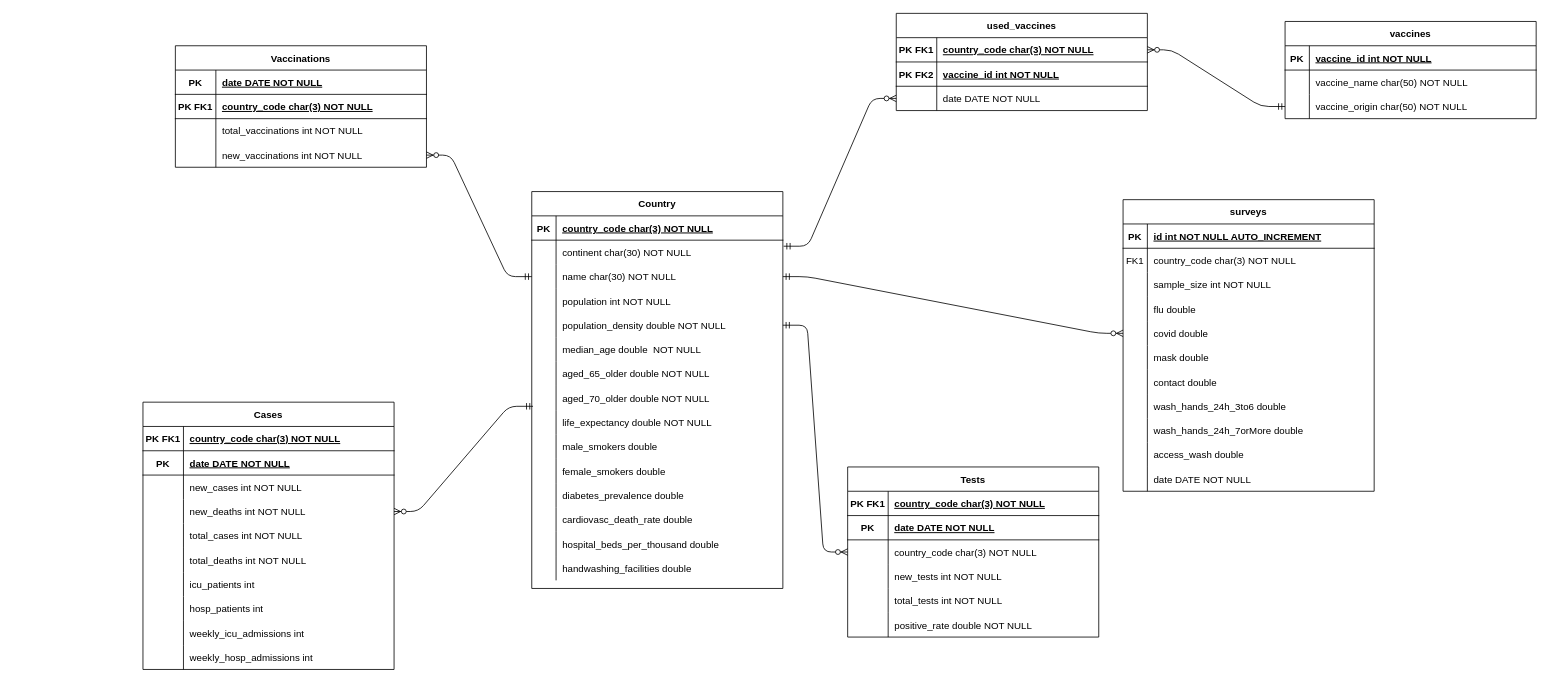
This is bda/Untitled Diagram.drawio from elhadjhamlaoui/bda, a draw.io file, before an edit. Source tidied: cells renumbered, new cells numbered last; positions are measured from the earlier drawing's top-left corner, leaving out a move shared by most shapes. Both pictures are drawn from the tidied source at 81%, with x=0, y=0 at pixel (143, 13).
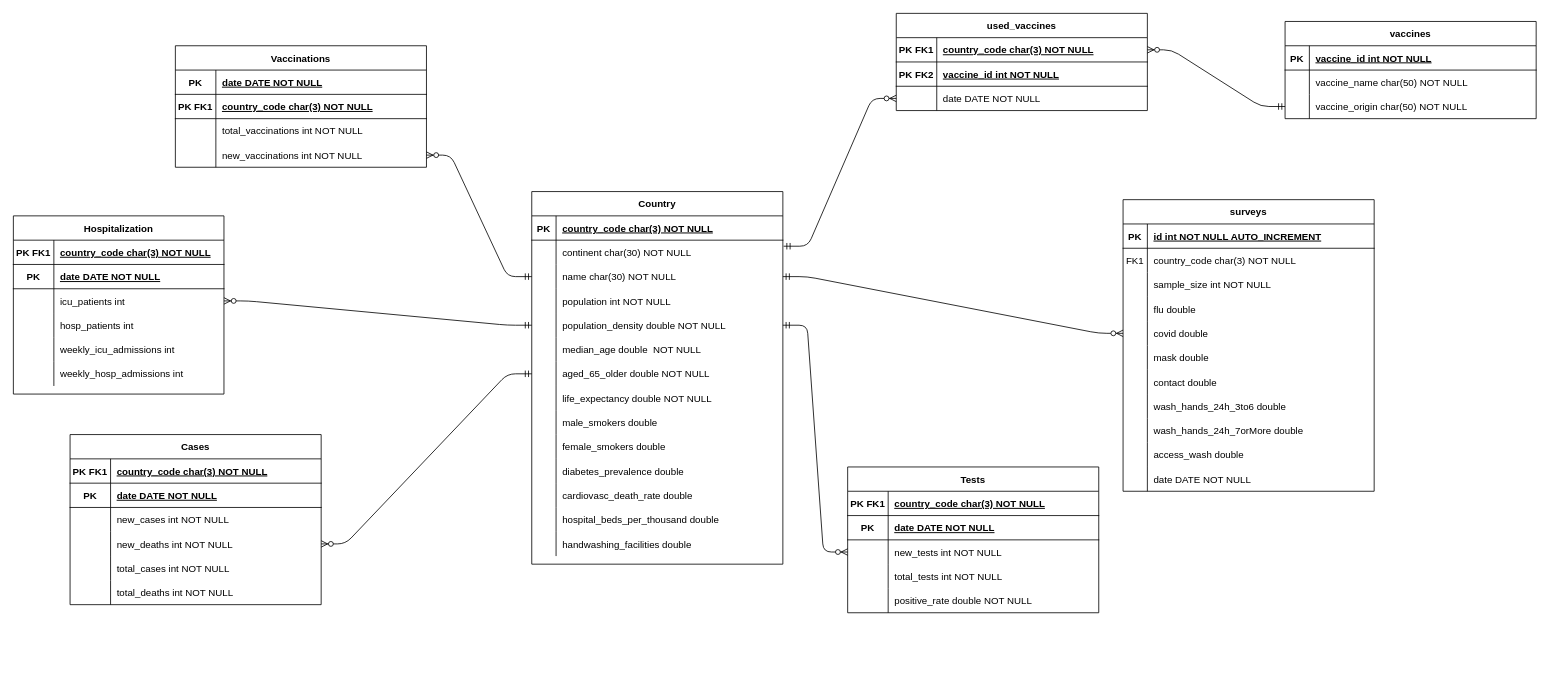
After the change.

Unchanged cells that the change refers to:
```xml
<mxCell id="15" style="shape=partialRectangle;fillColor=none;top=0;left=0;bottom=0;right=0;points=[[0,0.5],[1,0.5]];portConstraint=eastwest;" parent="2" vertex="1">
  <mxGeometry y="150" width="310" height="30" as="geometry" />
</mxCell>
<mxCell id="21" style="shape=partialRectangle;fillColor=none;top=0;left=0;bottom=0;right=0;points=[[0,0.5],[1,0.5]];portConstraint=eastwest;" parent="2" vertex="1">
  <mxGeometry y="210" width="310" height="30" as="geometry" />
</mxCell>
<mxCell id="58" style="shape=partialRectangle;fillColor=none;top=0;left=0;bottom=0;right=0;points=[[0,0.5],[1,0.5]];portConstraint=eastwest;" parent="48" vertex="1">
  <mxGeometry y="120" width="310" height="30" as="geometry" />
</mxCell>
```

Diff of the diagram source:
```diff
@@
     <mxCell id="2" value="Country" style="shape=table;startSize=30;childLayout=tableLayout;rowLines=0;fontStyle=1;align=center;" parent="1" vertex="1">
-      <mxGeometry x="480" y="220" width="310" height="490" as="geometry" />
+      <mxGeometry x="480" y="220" width="310" height="460" as="geometry" />
     </mxCell>
@@
-    <mxCell id="24" style="shape=partialRectangle;fillColor=none;top=0;left=0;bottom=0;right=0;points=[[0,0.5],[1,0.5]];portConstraint=eastwest;" parent="2" vertex="1">
-      <mxGeometry y="240" width="310" height="30" as="geometry" />
-    </mxCell>
-    <mxCell id="25" style="shape=partialRectangle;fillColor=none;top=0;left=0;bottom=0;right=0;overflow=hidden;" parent="24" vertex="1">
-      <mxGeometry width="30" height="30" as="geometry" />
-    </mxCell>
-    <mxCell id="26" value="aged_70_older double NOT NULL" style="shape=partialRectangle;fillColor=none;top=0;left=0;bottom=0;right=0;align=left;spacingLeft=6;overflow=hidden;" parent="24" vertex="1">
-      <mxGeometry x="30" width="280" height="30" as="geometry" />
-    </mxCell>
     <mxCell id="27" style="shape=partialRectangle;fillColor=none;top=0;left=0;bottom=0;right=0;" parent="2" vertex="1">
-      <mxGeometry y="270" width="310" height="30" as="geometry" />
+      <mxGeometry y="240" width="310" height="30" as="geometry" />
     </mxCell>
@@
     <mxCell id="30" style="shape=partialRectangle;fillColor=none;top=0;left=0;bottom=0;right=0;" parent="2" vertex="1">
-      <mxGeometry y="300" width="310" height="30" as="geometry" />
+      <mxGeometry y="270" width="310" height="30" as="geometry" />
     </mxCell>
@@
     <mxCell id="33" style="shape=partialRectangle;fillColor=none;top=0;left=0;bottom=0;right=0;" parent="2" vertex="1">
-      <mxGeometry y="330" width="310" height="30" as="geometry" />
+      <mxGeometry y="300" width="310" height="30" as="geometry" />
     </mxCell>
@@
     <mxCell id="36" style="shape=partialRectangle;fillColor=none;top=0;left=0;bottom=0;right=0;" parent="2" vertex="1">
-      <mxGeometry y="360" width="310" height="30" as="geometry" />
+      <mxGeometry y="330" width="310" height="30" as="geometry" />
     </mxCell>
@@
     <mxCell id="39" style="shape=partialRectangle;fillColor=none;top=0;left=0;bottom=0;right=0;" parent="2" vertex="1">
-      <mxGeometry y="390" width="310" height="30" as="geometry" />
+      <mxGeometry y="360" width="310" height="30" as="geometry" />
     </mxCell>
@@
     <mxCell id="42" style="shape=partialRectangle;fillColor=none;top=0;left=0;bottom=0;right=0;" parent="2" vertex="1">
-      <mxGeometry y="420" width="310" height="30" as="geometry" />
+      <mxGeometry y="390" width="310" height="30" as="geometry" />
     </mxCell>
@@
     <mxCell id="45" style="shape=partialRectangle;fillColor=none;top=0;left=0;bottom=0;right=0;" parent="2" vertex="1">
-      <mxGeometry y="450" width="310" height="30" as="geometry" />
+      <mxGeometry y="420" width="310" height="30" as="geometry" />
     </mxCell>
@@
     <mxCell id="48" value="Cases" style="shape=table;startSize=30;childLayout=tableLayout;rowLines=0;fontStyle=1;align=center;" parent="1" vertex="1">
-      <mxGeometry y="480" width="310" height="330" as="geometry" />
+      <mxGeometry x="-90" y="520" width="310" height="210" as="geometry" />
     </mxCell>
@@
-    <mxCell id="67" style="shape=partialRectangle;fillColor=none;top=0;left=0;bottom=0;right=0;" parent="48" vertex="1">
-      <mxGeometry y="210" width="310" height="30" as="geometry" />
-    </mxCell>
-    <mxCell id="68" style="shape=partialRectangle;fillColor=none;top=0;left=0;bottom=0;right=0;overflow=hidden;" parent="67" vertex="1">
-      <mxGeometry width="50" height="30" as="geometry" />
-    </mxCell>
-    <mxCell id="69" value="icu_patients int" style="shape=partialRectangle;fillColor=none;top=0;left=0;bottom=0;right=0;align=left;spacingLeft=6;overflow=hidden;" parent="67" vertex="1">
-      <mxGeometry x="50" width="260" height="30" as="geometry" />
-    </mxCell>
-    <mxCell id="70" style="shape=partialRectangle;fillColor=none;top=0;left=0;bottom=0;right=0;" parent="48" vertex="1">
-      <mxGeometry y="240" width="310" height="30" as="geometry" />
-    </mxCell>
-    <mxCell id="71" style="shape=partialRectangle;fillColor=none;top=0;left=0;bottom=0;right=0;overflow=hidden;" parent="70" vertex="1">
-      <mxGeometry width="50" height="30" as="geometry" />
-    </mxCell>
-    <mxCell id="72" value="hosp_patients int" style="shape=partialRectangle;fillColor=none;top=0;left=0;bottom=0;right=0;align=left;spacingLeft=6;overflow=hidden;" parent="70" vertex="1">
-      <mxGeometry x="50" width="260" height="30" as="geometry" />
-    </mxCell>
-    <mxCell id="73" style="shape=partialRectangle;fillColor=none;top=0;left=0;bottom=0;right=0;" parent="48" vertex="1">
-      <mxGeometry y="270" width="310" height="30" as="geometry" />
-    </mxCell>
-    <mxCell id="74" style="shape=partialRectangle;fillColor=none;top=0;left=0;bottom=0;right=0;overflow=hidden;" parent="73" vertex="1">
-      <mxGeometry width="50" height="30" as="geometry" />
-    </mxCell>
-    <mxCell id="75" value="weekly_icu_admissions int" style="shape=partialRectangle;fillColor=none;top=0;left=0;bottom=0;right=0;align=left;spacingLeft=6;overflow=hidden;" parent="73" vertex="1">
-      <mxGeometry x="50" width="260" height="30" as="geometry" />
-    </mxCell>
-    <mxCell id="76" style="shape=partialRectangle;fillColor=none;top=0;left=0;bottom=0;right=0;" parent="48" vertex="1">
-      <mxGeometry y="300" width="310" height="30" as="geometry" />
-    </mxCell>
-    <mxCell id="77" style="shape=partialRectangle;fillColor=none;top=0;left=0;bottom=0;right=0;overflow=hidden;" parent="76" vertex="1">
-      <mxGeometry width="50" height="30" as="geometry" />
-    </mxCell>
-    <mxCell id="78" value="weekly_hosp_admissions int" style="shape=partialRectangle;fillColor=none;top=0;left=0;bottom=0;right=0;align=left;spacingLeft=6;overflow=hidden;" parent="76" vertex="1">
-      <mxGeometry x="50" width="260" height="30" as="geometry" />
-    </mxCell>
     <mxCell id="79" value="Tests" style="shape=table;startSize=30;childLayout=tableLayout;rowLines=0;fontStyle=1;align=center;" parent="1" vertex="1">
-      <mxGeometry x="870" y="560" width="310" height="210" as="geometry" />
+      <mxGeometry x="870" y="560" width="310" height="180" as="geometry" />
     </mxCell>
@@
-    <mxCell id="86" style="shape=partialRectangle;fillColor=none;top=0;left=0;bottom=0;right=0;points=[[0,0.5],[1,0.5]];portConstraint=eastwest;" parent="79" vertex="1">
-      <mxGeometry y="90" width="310" height="30" as="geometry" />
-    </mxCell>
-    <mxCell id="87" style="shape=partialRectangle;fillColor=none;top=0;left=0;bottom=0;right=0;overflow=hidden;" parent="86" vertex="1">
-      <mxGeometry width="50" height="30" as="geometry" />
-    </mxCell>
-    <mxCell id="88" value="country_code char(3) NOT NULL" style="shape=partialRectangle;fillColor=none;top=0;left=0;bottom=0;right=0;align=left;spacingLeft=6;overflow=hidden;" parent="86" vertex="1">
-      <mxGeometry x="50" width="260" height="30" as="geometry" />
-    </mxCell>
     <mxCell id="89" style="shape=partialRectangle;fillColor=none;top=0;left=0;bottom=0;right=0;" parent="79" vertex="1">
-      <mxGeometry y="120" width="310" height="30" as="geometry" />
+      <mxGeometry y="90" width="310" height="30" as="geometry" />
     </mxCell>
@@
     <mxCell id="92" style="shape=partialRectangle;fillColor=none;top=0;left=0;bottom=0;right=0;" parent="79" vertex="1">
-      <mxGeometry y="150" width="310" height="30" as="geometry" />
+      <mxGeometry y="120" width="310" height="30" as="geometry" />
     </mxCell>
@@
     <mxCell id="95" style="shape=partialRectangle;fillColor=none;top=0;left=0;bottom=0;right=0;" parent="79" vertex="1">
-      <mxGeometry y="180" width="310" height="30" as="geometry" />
+      <mxGeometry y="150" width="310" height="30" as="geometry" />
     </mxCell>
@@
-    <mxCell id="165" style="edgeStyle=entityRelationEdgeStyle;fontSize=12;html=1;endArrow=ERzeroToMany;startArrow=ERmandOne;entryX=1;entryY=0.5;entryDx=0;entryDy=0;exitX=0.005;exitY=0.837;exitDx=0;exitDy=0;exitPerimeter=0;" parent="1" edge="1" source="24" target="58">
+    <mxCell id="165" style="edgeStyle=entityRelationEdgeStyle;fontSize=12;html=1;endArrow=ERzeroToMany;startArrow=ERmandOne;entryX=1;entryY=0.5;entryDx=0;entryDy=0;exitX=0;exitY=0.5;exitDx=0;exitDy=0;" parent="1" edge="1" source="21" target="58">
       <mxGeometry relative="1" as="geometry" />
     </mxCell>
@@
-    <mxCell id="168" style="edgeStyle=entityRelationEdgeStyle;fontSize=12;html=1;endArrow=ERzeroToMany;startArrow=ERmandOne;entryX=0;entryY=0.5;entryDx=0;entryDy=0;exitX=1;exitY=0.5;exitDx=0;exitDy=0;" parent="1" edge="1" source="15" target="86">
-      <mxGeometry relative="1" as="geometry" />
+    <mxCell id="168" style="edgeStyle=entityRelationEdgeStyle;fontSize=12;html=1;endArrow=ERzeroToMany;startArrow=ERmandOne;entryX=0;entryY=0.5;entryDx=0;entryDy=0;exitX=1;exitY=0.5;exitDx=0;exitDy=0;" parent="1" edge="1" source="15">
+      <mxGeometry relative="1" as="geometry">
+        <mxPoint x="870" y="665" as="targetPoint" />
+      </mxGeometry>
     </mxCell>
@@
+    <mxCell id="171" value="Hospitalization" style="shape=table;startSize=30;childLayout=tableLayout;rowLines=0;fontStyle=1;align=center;" parent="1" vertex="1">
+      <mxGeometry x="-160" y="250" width="260" height="220" as="geometry" />
+    </mxCell>
+    <mxCell id="172" style="shape=partialRectangle;fillColor=none;top=0;left=0;bottom=1;right=0;" parent="171" vertex="1">
+      <mxGeometry y="30" width="260" height="30" as="geometry" />
+    </mxCell>
+    <mxCell id="173" value="PK FK1" style="shape=partialRectangle;fillColor=none;top=0;left=0;bottom=0;right=0;fontStyle=1;overflow=hidden;" parent="172" vertex="1">
+      <mxGeometry width="50" height="30" as="geometry" />
+    </mxCell>
+    <mxCell id="88" value="country_code char(3) NOT NULL" style="shape=partialRectangle;fillColor=none;top=0;left=0;bottom=0;right=0;align=left;spacingLeft=6;fontStyle=5;overflow=hidden;" parent="172" vertex="1">
+      <mxGeometry x="50" width="210" height="30" as="geometry" />
+    </mxCell>
+    <mxCell id="174" style="shape=partialRectangle;fillColor=none;top=0;left=0;bottom=1;right=0;" parent="171" vertex="1">
+      <mxGeometry y="60" width="260" height="30" as="geometry" />
+    </mxCell>
+    <mxCell id="175" value="PK" style="shape=partialRectangle;fillColor=none;top=0;left=0;bottom=0;right=0;fontStyle=1;overflow=hidden;" parent="174" vertex="1">
+      <mxGeometry width="50" height="30" as="geometry" />
+    </mxCell>
+    <mxCell id="176" value="date DATE NOT NULL" style="shape=partialRectangle;fillColor=none;top=0;left=0;bottom=0;right=0;align=left;spacingLeft=6;fontStyle=5;overflow=hidden;" parent="174" vertex="1">
+      <mxGeometry x="50" width="210" height="30" as="geometry" />
+    </mxCell>
+    <mxCell id="177" style="shape=partialRectangle;fillColor=none;top=0;left=0;bottom=0;right=0;points=[[0,0.5],[1,0.5]];portConstraint=eastwest;" parent="171" vertex="1">
+      <mxGeometry y="90" width="260" height="30" as="geometry" />
+    </mxCell>
+    <mxCell id="178" style="shape=partialRectangle;fillColor=none;top=0;left=0;bottom=0;right=0;overflow=hidden;" parent="177" vertex="1">
+      <mxGeometry width="50" height="30" as="geometry" />
+    </mxCell>
+    <mxCell id="69" value="icu_patients int" style="shape=partialRectangle;fillColor=none;top=0;left=0;bottom=0;right=0;align=left;spacingLeft=6;overflow=hidden;" parent="177" vertex="1">
+      <mxGeometry x="50" width="210" height="30" as="geometry" />
+    </mxCell>
+    <mxCell id="179" style="shape=partialRectangle;fillColor=none;top=0;left=0;bottom=0;right=0;" parent="171" vertex="1">
+      <mxGeometry y="120" width="260" height="30" as="geometry" />
+    </mxCell>
+    <mxCell id="180" style="shape=partialRectangle;fillColor=none;top=0;left=0;bottom=0;right=0;overflow=hidden;" parent="179" vertex="1">
+      <mxGeometry width="50" height="30" as="geometry" />
+    </mxCell>
+    <mxCell id="72" value="hosp_patients int" style="shape=partialRectangle;fillColor=none;top=0;left=0;bottom=0;right=0;align=left;spacingLeft=6;overflow=hidden;" parent="179" vertex="1">
+      <mxGeometry x="50" width="210" height="30" as="geometry" />
+    </mxCell>
+    <mxCell id="181" style="shape=partialRectangle;fillColor=none;top=0;left=0;bottom=0;right=0;" parent="171" vertex="1">
+      <mxGeometry y="150" width="260" height="30" as="geometry" />
+    </mxCell>
+    <mxCell id="182" style="shape=partialRectangle;fillColor=none;top=0;left=0;bottom=0;right=0;overflow=hidden;" parent="181" vertex="1">
+      <mxGeometry width="50" height="30" as="geometry" />
+    </mxCell>
+    <mxCell id="75" value="weekly_icu_admissions int" style="shape=partialRectangle;fillColor=none;top=0;left=0;bottom=0;right=0;align=left;spacingLeft=6;overflow=hidden;" parent="181" vertex="1">
+      <mxGeometry x="50" width="210" height="30" as="geometry" />
+    </mxCell>
+    <mxCell id="183" style="shape=partialRectangle;fillColor=none;top=0;left=0;bottom=0;right=0;" parent="171" vertex="1">
+      <mxGeometry y="180" width="260" height="30" as="geometry" />
+    </mxCell>
+    <mxCell id="184" style="shape=partialRectangle;fillColor=none;top=0;left=0;bottom=0;right=0;overflow=hidden;" parent="183" vertex="1">
+      <mxGeometry width="50" height="30" as="geometry" />
+    </mxCell>
+    <mxCell id="78" value="weekly_hosp_admissions int" style="shape=partialRectangle;fillColor=none;top=0;left=0;bottom=0;right=0;align=left;spacingLeft=6;overflow=hidden;" parent="183" vertex="1">
+      <mxGeometry x="50" width="210" height="30" as="geometry" />
+    </mxCell>
+    <mxCell id="185" style="edgeStyle=entityRelationEdgeStyle;fontSize=12;html=1;endArrow=ERzeroToMany;startArrow=ERmandOne;entryX=1;entryY=0.5;entryDx=0;entryDy=0;exitX=0;exitY=0.5;exitDx=0;exitDy=0;" parent="1" edge="1" source="15" target="177">
+      <mxGeometry relative="1" as="geometry" />
+    </mxCell>
```
